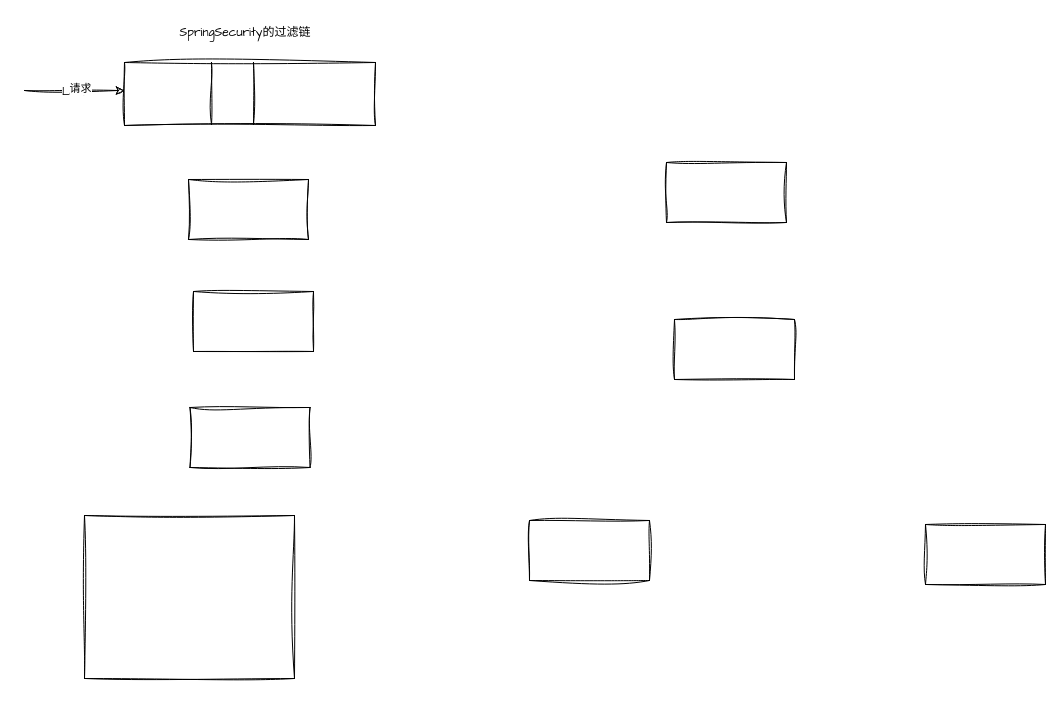
Above: 认证流程.drawio in wangXingRunning/wangXingRunning.github.io (draw.io), before the change. Source tidied: cells renumbered, new cells numbered last; positions are measured from the earlier drawing's top-left corner, leaving out a move shared by most shapes. Both pictures are drawn from the tidied source at 100%, with x=0, y=0 at pixel (24, 17).
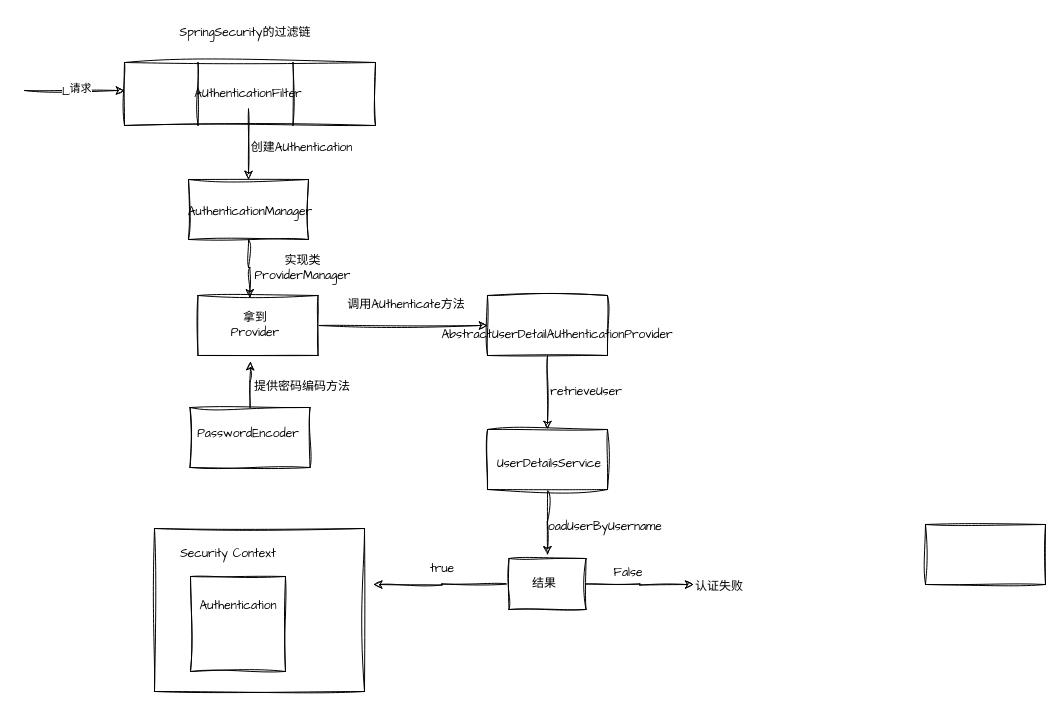
The same page after the edit.

Commit message:
更新认证流程.drawio

The change refers to these unchanged cells:
```xml
<mxCell id="3" style="rounded=0;whiteSpace=wrap;html=1;sketch=1;hachureGap=4;jiggle=2;curveFitting=1;fontFamily=Architects Daughter;" parent="1" vertex="1">
  <mxGeometry x="164" y="162" width="120" height="60" as="geometry" />
</mxCell>
<mxCell id="6" style="rounded=0;whiteSpace=wrap;html=1;sketch=1;hachureGap=4;jiggle=2;curveFitting=1;fontFamily=Architects Daughter;" parent="1" vertex="1">
  <mxGeometry x="165.5" y="390" width="120" height="60" as="geometry" />
</mxCell>
```

Diff of the diagram source:
```diff
@@
+    <mxCell id="16" style="edgeStyle=orthogonalEdgeStyle;rounded=0;sketch=1;hachureGap=4;jiggle=2;curveFitting=1;jettySize=auto;html=1;exitX=1;exitY=0.5;exitDx=0;exitDy=0;entryX=0;entryY=0.5;entryDx=0;entryDy=0;fontFamily=Architects Daughter;" parent="1" edge="1" source="4" target="7">
+      <mxGeometry relative="1" as="geometry" />
+    </mxCell>
     <mxCell id="4" style="rounded=0;whiteSpace=wrap;html=1;sketch=1;hachureGap=4;jiggle=2;curveFitting=1;fontFamily=Architects Daughter;" parent="1" vertex="1">
-      <mxGeometry x="169" y="274" width="120" height="60" as="geometry" />
+      <mxGeometry x="173.5" y="278" width="120" height="60" as="geometry" />
     </mxCell>
+    <mxCell id="17" style="edgeStyle=orthogonalEdgeStyle;rounded=0;sketch=1;hachureGap=4;jiggle=2;curveFitting=1;jettySize=auto;html=1;exitX=1;exitY=0.5;exitDx=0;exitDy=0;fontFamily=Architects Daughter;" parent="1" edge="1" source="5">
+      <mxGeometry relative="1" as="geometry">
+        <mxPoint x="669.2" y="567" as="targetPoint" />
+      </mxGeometry>
+    </mxCell>
+    <mxCell id="18" style="edgeStyle=orthogonalEdgeStyle;rounded=0;sketch=1;hachureGap=4;jiggle=2;curveFitting=1;jettySize=auto;html=1;exitX=0;exitY=0.5;exitDx=0;exitDy=0;fontFamily=Architects Daughter;" parent="1" edge="1" source="5">
+      <mxGeometry relative="1" as="geometry">
+        <mxPoint x="349.2" y="567" as="targetPoint" />
+      </mxGeometry>
+    </mxCell>
     <mxCell id="5" style="rounded=0;whiteSpace=wrap;html=1;sketch=1;hachureGap=4;jiggle=2;curveFitting=1;fontFamily=Architects Daughter;" parent="1" vertex="1">
-      <mxGeometry x="642" y="145" width="120" height="60" as="geometry" />
+      <mxGeometry x="484.5" y="541" width="77" height="51" as="geometry" />
     </mxCell>
@@
+    <mxCell id="19" style="edgeStyle=orthogonalEdgeStyle;rounded=0;sketch=1;hachureGap=4;jiggle=2;curveFitting=1;jettySize=auto;html=1;exitX=0.5;exitY=1;exitDx=0;exitDy=0;entryX=0.5;entryY=0;entryDx=0;entryDy=0;fontFamily=Architects Daughter;" parent="1" edge="1" source="7" target="9">
+      <mxGeometry relative="1" as="geometry" />
+    </mxCell>
     <mxCell id="7" style="rounded=0;whiteSpace=wrap;html=1;sketch=1;hachureGap=4;jiggle=2;curveFitting=1;fontFamily=Architects Daughter;" parent="1" vertex="1">
-      <mxGeometry x="650" y="302" width="120" height="60" as="geometry" />
+      <mxGeometry x="463" y="278" width="120" height="60" as="geometry" />
     </mxCell>
     <mxCell id="8" style="rounded=0;whiteSpace=wrap;html=1;sketch=1;hachureGap=4;jiggle=2;curveFitting=1;fontFamily=Architects Daughter;" parent="1" vertex="1">
-      <mxGeometry x="60" y="498" width="210" height="163" as="geometry" />
+      <mxGeometry x="130" y="511" width="210" height="163" as="geometry" />
     </mxCell>
+    <mxCell id="20" style="edgeStyle=orthogonalEdgeStyle;rounded=0;sketch=1;hachureGap=4;jiggle=2;curveFitting=1;jettySize=auto;html=1;exitX=0.5;exitY=1;exitDx=0;exitDy=0;fontFamily=Architects Daughter;" parent="1" edge="1" source="9">
+      <mxGeometry relative="1" as="geometry">
+        <mxPoint x="523" y="537.4" as="targetPoint" />
+      </mxGeometry>
+    </mxCell>
     <mxCell id="9" style="rounded=0;whiteSpace=wrap;html=1;sketch=1;hachureGap=4;jiggle=2;curveFitting=1;fontFamily=Architects Daughter;" parent="1" vertex="1">
-      <mxGeometry x="505" y="503" width="120" height="60" as="geometry" />
+      <mxGeometry x="463" y="412" width="120" height="60" as="geometry" />
     </mxCell>
@@
     <mxCell id="14" style="shape=partialRectangle;whiteSpace=wrap;html=1;top=0;bottom=0;fillColor=none;sketch=1;hachureGap=4;jiggle=2;curveFitting=1;fontFamily=Architects Daughter;" parent="1" vertex="1">
-      <mxGeometry x="187" y="45" width="42" height="62" as="geometry" />
+      <mxGeometry x="173.5" y="45" width="95" height="63" as="geometry" />
     </mxCell>
@@
+    <mxCell id="21" style="edgeStyle=orthogonalEdgeStyle;rounded=0;sketch=1;hachureGap=4;jiggle=2;curveFitting=1;jettySize=auto;html=1;entryX=0.5;entryY=0;entryDx=0;entryDy=0;fontFamily=Architects Daughter;" parent="1" edge="1" source="22" target="3">
+      <mxGeometry relative="1" as="geometry" />
+    </mxCell>
+    <mxCell id="22" value="AUthenticationFilter" style="text;html=1;align=center;verticalAlign=middle;whiteSpace=wrap;rounded=0;fontFamily=Architects Daughter;" parent="1" vertex="1">
+      <mxGeometry x="194" y="61.5" width="60" height="30" as="geometry" />
+    </mxCell>
+    <mxCell id="23" value="AuthenticationManager&lt;div&gt;&lt;br&gt;&lt;/div&gt;" style="text;html=1;align=center;verticalAlign=middle;whiteSpace=wrap;rounded=0;fontFamily=Architects Daughter;" parent="1" vertex="1">
+      <mxGeometry x="195.5" y="187" width="60" height="30" as="geometry" />
+    </mxCell>
+    <mxCell id="24" value="拿到Provider" style="text;html=1;align=center;verticalAlign=middle;whiteSpace=wrap;rounded=0;fontFamily=Architects Daughter;" parent="1" vertex="1">
+      <mxGeometry x="201" y="293" width="60" height="30" as="geometry" />
+    </mxCell>
+    <mxCell id="25" value="创建AUthentication" style="text;html=1;align=center;verticalAlign=middle;whiteSpace=wrap;rounded=0;fontFamily=Architects Daughter;" parent="1" vertex="1">
+      <mxGeometry x="215" y="116" width="125" height="29" as="geometry" />
+    </mxCell>
+    <mxCell id="26" value="PasswordEncoder" style="text;html=1;align=center;verticalAlign=middle;whiteSpace=wrap;rounded=0;fontFamily=Architects Daughter;" parent="1" vertex="1">
+      <mxGeometry x="194" y="402" width="60" height="30" as="geometry" />
+    </mxCell>
+    <mxCell id="27" style="edgeStyle=orthogonalEdgeStyle;rounded=0;sketch=1;hachureGap=4;jiggle=2;curveFitting=1;jettySize=auto;html=1;entryX=0.432;entryY=0.039;entryDx=0;entryDy=0;entryPerimeter=0;fontFamily=Architects Daughter;" parent="1" edge="1" source="3" target="4">
+      <mxGeometry relative="1" as="geometry" />
+    </mxCell>
+    <mxCell id="28" style="edgeStyle=orthogonalEdgeStyle;rounded=0;sketch=1;hachureGap=4;jiggle=2;curveFitting=1;jettySize=auto;html=1;exitX=0.5;exitY=0;exitDx=0;exitDy=0;entryX=0.437;entryY=1.102;entryDx=0;entryDy=0;entryPerimeter=0;fontFamily=Architects Daughter;" parent="1" edge="1" source="6" target="4">
+      <mxGeometry relative="1" as="geometry" />
+    </mxCell>
+    <mxCell id="29" value="提供密码编码方法" style="text;html=1;align=center;verticalAlign=middle;whiteSpace=wrap;rounded=0;fontFamily=Architects Daughter;" parent="1" vertex="1">
+      <mxGeometry x="224" y="353" width="108" height="33" as="geometry" />
+    </mxCell>
+    <mxCell id="30" value="实现类ProviderManager" style="text;html=1;align=center;verticalAlign=middle;whiteSpace=wrap;rounded=0;fontFamily=Architects Daughter;" parent="1" vertex="1">
+      <mxGeometry x="218" y="233" width="121" height="36" as="geometry" />
+    </mxCell>
+    <mxCell id="31" value="调用AUthenticate方法" style="text;html=1;align=center;verticalAlign=middle;whiteSpace=wrap;rounded=0;fontFamily=Architects Daughter;" parent="1" vertex="1">
+      <mxGeometry x="319" y="273" width="126" height="30" as="geometry" />
+    </mxCell>
+    <mxCell id="32" value="AbstractUserDetailAUthenticationProvider" style="text;html=1;align=center;verticalAlign=middle;whiteSpace=wrap;rounded=0;fontFamily=Architects Daughter;" parent="1" vertex="1">
+      <mxGeometry x="503" y="303" width="60" height="30" as="geometry" />
+    </mxCell>
+    <mxCell id="33" value="retrieveUser" style="text;html=1;align=center;verticalAlign=middle;whiteSpace=wrap;rounded=0;fontFamily=Architects Daughter;" parent="1" vertex="1">
+      <mxGeometry x="532" y="360" width="60" height="30" as="geometry" />
+    </mxCell>
+    <mxCell id="34" value="UserDetailsService" style="text;html=1;align=center;verticalAlign=middle;whiteSpace=wrap;rounded=0;fontFamily=Architects Daughter;" parent="1" vertex="1">
+      <mxGeometry x="495" y="432" width="60" height="30" as="geometry" />
+    </mxCell>
+    <mxCell id="35" value="loadUserByUsername" style="text;html=1;align=center;verticalAlign=middle;whiteSpace=wrap;rounded=0;fontFamily=Architects Daughter;" parent="1" vertex="1">
+      <mxGeometry x="550" y="495" width="60" height="30" as="geometry" />
+    </mxCell>
+    <mxCell id="36" value="结果" style="text;html=1;align=center;verticalAlign=middle;whiteSpace=wrap;rounded=0;fontFamily=Architects Daughter;" parent="1" vertex="1">
+      <mxGeometry x="490" y="551.5" width="60" height="30" as="geometry" />
+    </mxCell>
+    <mxCell id="37" value="False" style="text;html=1;align=center;verticalAlign=middle;whiteSpace=wrap;rounded=0;fontFamily=Architects Daughter;" parent="1" vertex="1">
+      <mxGeometry x="574" y="541" width="60" height="30" as="geometry" />
+    </mxCell>
+    <mxCell id="38" value="认证失败" style="text;html=1;align=center;verticalAlign=middle;whiteSpace=wrap;rounded=0;fontFamily=Architects Daughter;" parent="1" vertex="1">
+      <mxGeometry x="665" y="555" width="60" height="30" as="geometry" />
+    </mxCell>
+    <mxCell id="39" value="Security Context" style="text;html=1;align=center;verticalAlign=middle;whiteSpace=wrap;rounded=0;fontFamily=Architects Daughter;" parent="1" vertex="1">
+      <mxGeometry x="147" y="523.5" width="114" height="27" as="geometry" />
+    </mxCell>
+    <mxCell id="40" style="whiteSpace=wrap;html=1;sketch=1;hachureGap=4;jiggle=2;curveFitting=1;fontFamily=Architects Daughter;" parent="1" vertex="1">
+      <mxGeometry x="166" y="559" width="95" height="95" as="geometry" />
+    </mxCell>
+    <mxCell id="41" value="Authentication" style="text;html=1;align=center;verticalAlign=middle;whiteSpace=wrap;rounded=0;fontFamily=Architects Daughter;" parent="1" vertex="1">
+      <mxGeometry x="183.5" y="574" width="60" height="30" as="geometry" />
+    </mxCell>
+    <mxCell id="42" value="true" style="text;html=1;align=center;verticalAlign=middle;whiteSpace=wrap;rounded=0;fontFamily=Architects Daughter;" parent="1" vertex="1">
+      <mxGeometry x="388" y="537" width="60" height="30" as="geometry" />
+    </mxCell>
```
